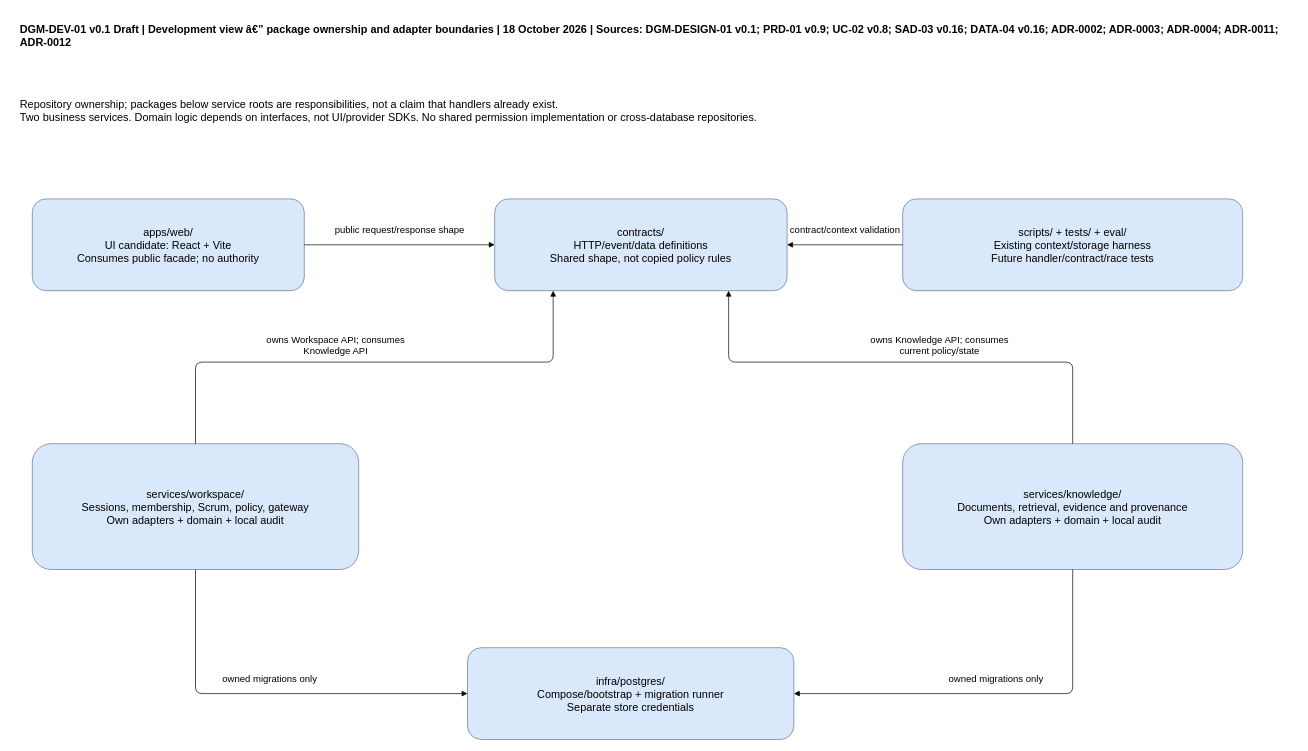
Above: docs/sdlc/diagrams/development/package-ownership.drawio in 900M100CK/scrum-workspace-KMS-ai (draw.io), before the change. Source tidied: cells renumbered, new cells numbered last; positions are measured from the earlier drawing's top-left corner, leaving out a move shared by most shapes. Both pictures are drawn from the tidied source at 68%, with x=0, y=0 at pixel (12, 12).
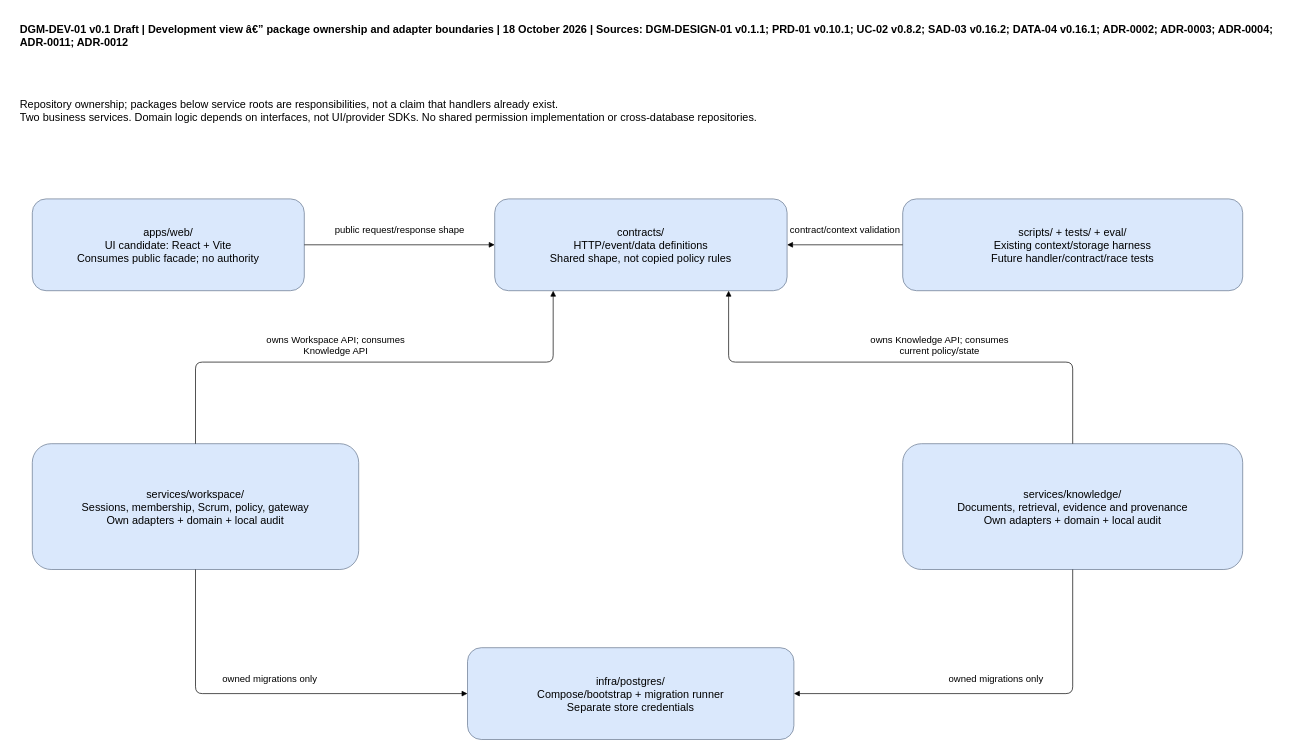
The same page after the edit.

The edit, as a diff of the source:
```diff
@@
-    <mxCell id="14" value="DGM-DEV-01 v0.1 Draft | Development view â€” package ownership and adapter boundaries | 18 October 2026 | Sources: DGM-DESIGN-01 v0.1; PRD-01 v0.9; UC-02 v0.8; SAD-03 v0.16; DATA-04 v0.16; ADR-0002; ADR-0003; ADR-0004; ADR-0011; ADR-0012" style="text;align=left;fontStyle=1;whiteSpace=wrap;html=1;fontSize=16;spacing=12;" parent="1" vertex="1">
+    <mxCell id="14" value="DGM-DEV-01 v0.1 Draft | Development view â€” package ownership and adapter boundaries | 18 October 2026 | Sources: DGM-DESIGN-01 v0.1.1; PRD-01 v0.10.1; UC-02 v0.8.2; SAD-03 v0.16.2; DATA-04 v0.16.1; ADR-0002; ADR-0003; ADR-0004; ADR-0011; ADR-0012" style="text;align=left;fontStyle=1;whiteSpace=wrap;html=1;fontSize=16;spacing=12;" parent="1" vertex="1">
       <mxGeometry width="1890" height="105" as="geometry" />
     </mxCell>
```
